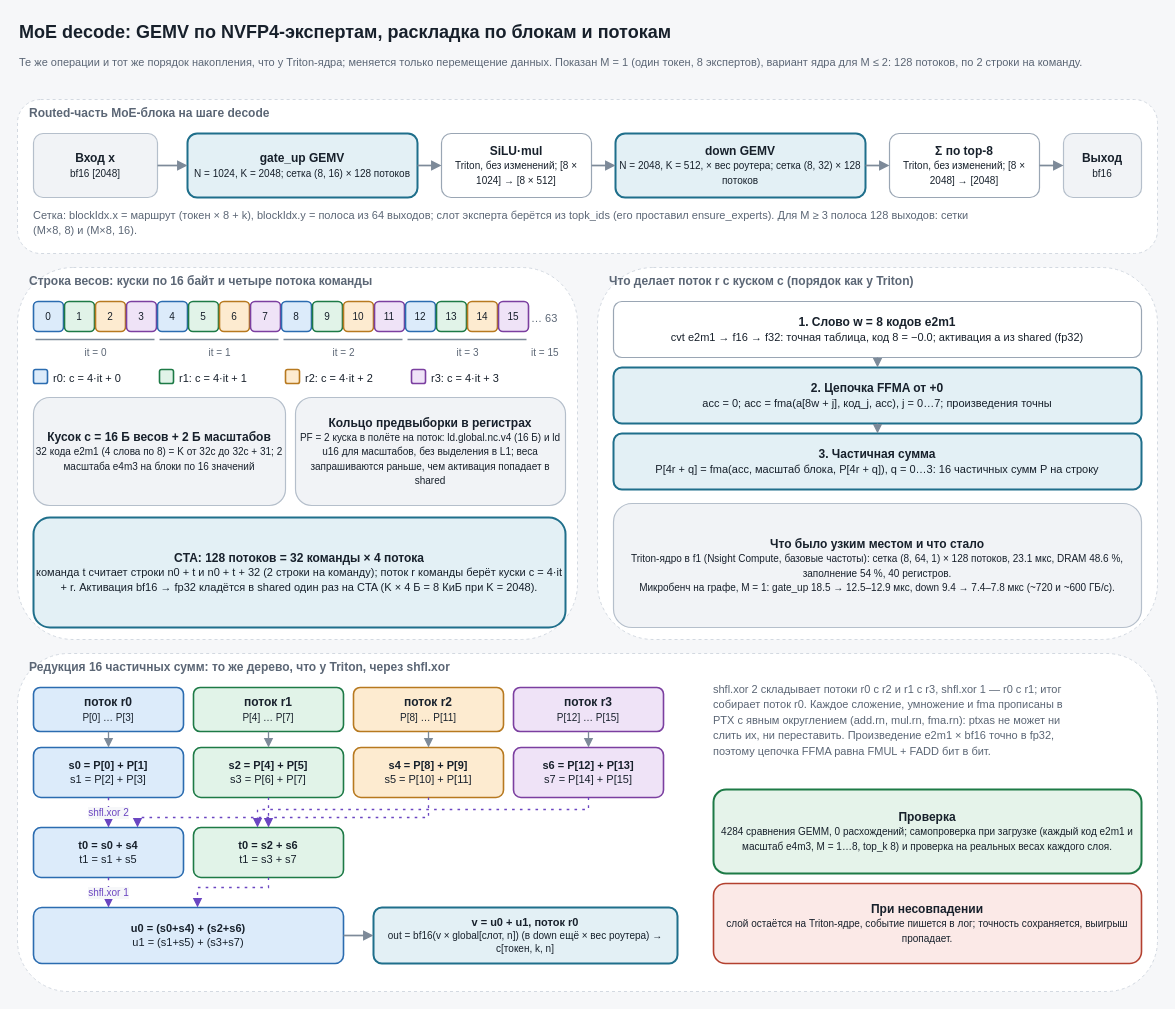
This is page 3 of 8 of docs/kernels-lowlevel.drawio from SUKUNA-AI/qwen36-moe-16gb, a draw.io file, before an edit. Source tidied: cells renumbered, new cells numbered last; positions are measured from the earlier drawing's top-left corner, leaving out a move shared by most shapes. Both pictures are drawn from the tidied source at 100%, with x=0, y=0 at pixel (17, 17).
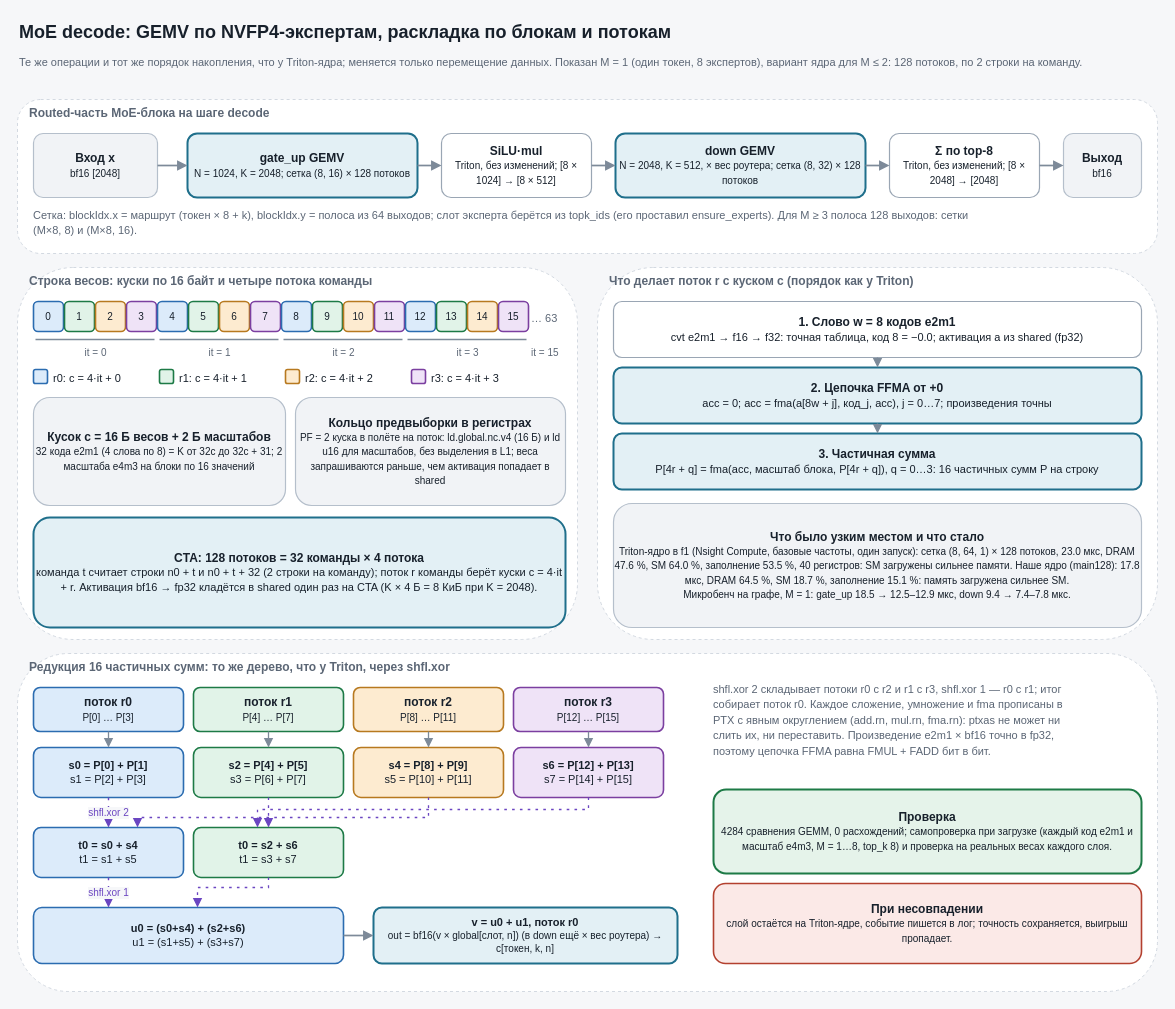
The same diagram, later.

What changed in the source:
```diff
@@
-    <mxCell id="52" value="&lt;b&gt;Что было узким местом и что стало&lt;/b&gt;&lt;br&gt;&lt;font style=&quot;font-size:10px&quot;&gt;Triton-ядро в f1 (Nsight Compute, базовые частоты): сетка (8, 64, 1) × 128 потоков, 23.1 мкс, DRAM 48.6 %, заполнение 54 %, 40 регистров.&lt;br&gt;Микробенч на графе, M = 1: gate_up 18.5 → 12.5–12.9 мкс, down 9.4 → 7.4–7.8 мкс (~720 и ~600 ГБ/с).&lt;/font&gt;" style="rounded=1;whiteSpace=wrap;fontSize=12;fillColor=#f1f3f6;strokeColor=#b5bfcb;strokeWidth=1.2;fontColor=#17202b;html=1;" parent="1" vertex="1">
+    <mxCell id="52" value="&lt;b&gt;Что было узким местом и что стало&lt;/b&gt;&lt;br&gt;&lt;font style=&quot;font-size:10px&quot;&gt;Triton-ядро в f1 (Nsight Compute, базовые частоты, один запуск): сетка (8, 64, 1) × 128 потоков, 23.0 мкс, DRAM 47.6 %, SM 64.0 %, заполнение 53.5 %, 40 регистров: SM загружены сильнее памяти. Наше ядро (main128): 17.8 мкс, DRAM 64.5 %, SM 18.7 %, заполнение 15.1 %: память загружена сильнее SM.&lt;br&gt;Микробенч на графе, M = 1: gate_up 18.5 → 12.5–12.9 мкс, down 9.4 → 7.4–7.8 мкс.&lt;/font&gt;" style="rounded=1;whiteSpace=wrap;fontSize=12;fillColor=#f1f3f6;strokeColor=#b5bfcb;strokeWidth=1.2;fontColor=#17202b;html=1;" parent="1" vertex="1">
       <mxGeometry x="596" y="486" width="528" height="124" as="geometry" />
     </mxCell>
```
